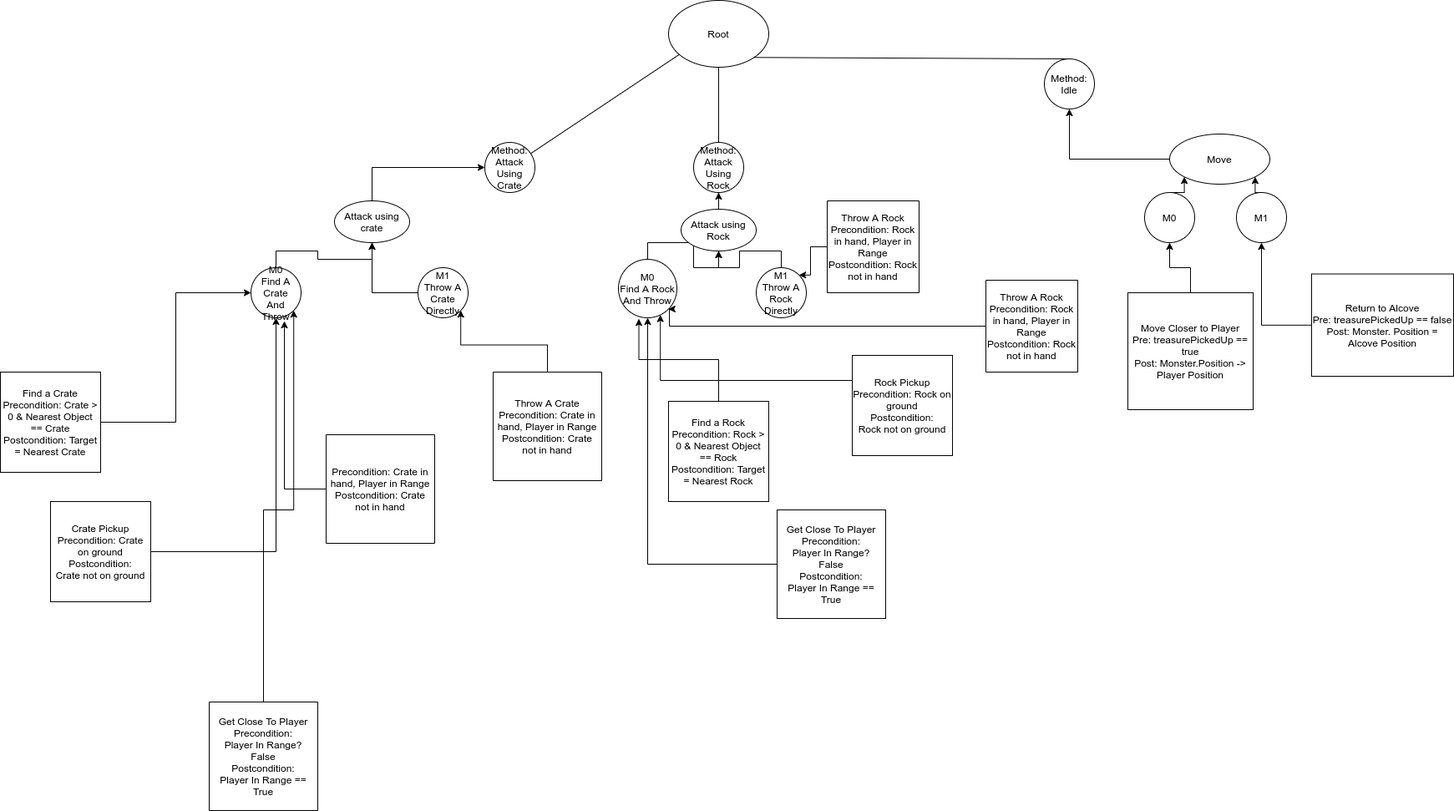
Before: diagram.png, a diagram exported from draw.io (Mike-Gao/htn-planning). Source tidied: cells renumbered, new cells last; positions are measured from the earlier drawing's top-left corner, leaving out a move shared by most shapes. The source it was exported from:
```xml
<mxGraphModel>
  <root>
    <mxCell id="0" />
    <mxCell id="1" parent="0" />
    <mxCell id="2" value="Method: Attack Using Crate" style="ellipse;whiteSpace=wrap;html=1;" parent="1" vertex="1">
      <mxGeometry x="580" y="170" width="60" height="60" as="geometry" />
    </mxCell>
    <mxCell id="3" style="endArrow=none;html=1;" parent="1" edge="1" source="2">
      <mxGeometry relative="1" as="geometry">
        <mxPoint x="820" y="60" as="targetPoint" />
      </mxGeometry>
    </mxCell>
    <mxCell id="4" value="Method: Idle" style="ellipse;whiteSpace=wrap;html=1;" parent="1" vertex="1">
      <mxGeometry x="1250" y="70" width="60" height="60" as="geometry" />
    </mxCell>
    <mxCell id="5" style="endArrow=none;html=1;entryX=1;entryY=1;entryDx=0;entryDy=0;exitX=0.5;exitY=0;exitDx=0;exitDy=0;" parent="1" edge="1" source="4" target="9">
      <mxGeometry relative="1" as="geometry" />
    </mxCell>
    <mxCell id="6" style="edgeStyle=orthogonalEdgeStyle;rounded=0;jettySize=auto;html=1;exitX=0;exitY=0.5;exitDx=0;exitDy=0;entryX=1;entryY=1;entryDx=0;entryDy=0;" parent="1" edge="1" source="7" target="19">
      <mxGeometry relative="1" as="geometry" />
    </mxCell>
    <mxCell id="7" value="Get Close To Player&lt;br&gt;Precondition:&lt;br&gt;Player In Range?&lt;br&gt;False&lt;br&gt;Postcondition:&lt;br&gt;Player In Range == True" style="whiteSpace=wrap;html=1;direction=south;" parent="1" vertex="1">
      <mxGeometry x="250" y="840" width="130" height="130" as="geometry" />
    </mxCell>
    <mxCell id="8" value="Method:&lt;br&gt;Attack Using&lt;br&gt;Rock" style="ellipse;whiteSpace=wrap;html=1;" parent="1" vertex="1">
      <mxGeometry x="830" y="170" width="60" height="60" as="geometry" />
    </mxCell>
    <mxCell id="9" value="Root" style="ellipse;whiteSpace=wrap;html=1;" parent="1" vertex="1">
      <mxGeometry x="800" width="120" height="80" as="geometry" />
    </mxCell>
    <mxCell id="10" style="endArrow=none;html=1;entryX=0.5;entryY=0;entryDx=0;entryDy=0;exitX=0.5;exitY=1;exitDx=0;exitDy=0;" parent="1" edge="1" source="9" target="8">
      <mxGeometry relative="1" as="geometry" />
    </mxCell>
    <mxCell id="11" style="edgeStyle=orthogonalEdgeStyle;rounded=0;jettySize=auto;html=1;entryX=0.5;entryY=1;entryDx=0;entryDy=0;" parent="1" edge="1" source="12" target="27">
      <mxGeometry relative="1" as="geometry" />
    </mxCell>
    <mxCell id="12" value="Get Close To Player&lt;br&gt;Precondition:&lt;br&gt;Player In Range?&lt;br&gt;False&lt;br&gt;Postcondition:&lt;br&gt;Player In Range == True" style="whiteSpace=wrap;html=1;" parent="1" vertex="1">
      <mxGeometry x="930" y="610" width="130" height="130" as="geometry" />
    </mxCell>
    <mxCell id="13" style="endArrow=none;html=1;entryX=0.5;entryY=1;entryDx=0;entryDy=0;" parent="1" edge="1" target="8">
      <mxGeometry relative="1" as="geometry">
        <mxPoint x="860" y="230" as="sourcePoint" />
      </mxGeometry>
    </mxCell>
    <mxCell id="14" style="edgeStyle=orthogonalEdgeStyle;rounded=0;jettySize=auto;html=1;exitX=0.5;exitY=0;exitDx=0;exitDy=0;entryX=0;entryY=0.5;entryDx=0;entryDy=0;" parent="1" edge="1" source="15" target="2">
      <mxGeometry relative="1" as="geometry" />
    </mxCell>
    <mxCell id="15" value="Attack using crate" style="ellipse;whiteSpace=wrap;html=1;" parent="1" vertex="1">
      <mxGeometry x="400" y="240" width="90" height="50" as="geometry" />
    </mxCell>
    <mxCell id="16" style="edgeStyle=orthogonalEdgeStyle;rounded=0;jettySize=auto;html=1;entryX=0.5;entryY=1;entryDx=0;entryDy=0;" parent="1" edge="1" source="17" target="19">
      <mxGeometry relative="1" as="geometry" />
    </mxCell>
    <mxCell id="17" value="Crate Pickup&lt;br&gt;Precondition: Crate on ground&lt;br&gt;Postcondition:&lt;br&gt;Crate not on ground" style="whiteSpace=wrap;html=1;" parent="1" vertex="1">
      <mxGeometry x="60" y="600" width="120" height="120" as="geometry" />
    </mxCell>
    <mxCell id="18" style="edgeStyle=orthogonalEdgeStyle;rounded=0;jettySize=auto;html=1;exitX=0.5;exitY=0;exitDx=0;exitDy=0;entryX=0.5;entryY=1;entryDx=0;entryDy=0;" parent="1" edge="1" source="19" target="15">
      <mxGeometry relative="1" as="geometry" />
    </mxCell>
    <mxCell id="19" value="M0&lt;br&gt;Find A Crate&lt;br&gt;And Throw" style="ellipse;whiteSpace=wrap;html=1;" parent="1" vertex="1">
      <mxGeometry x="300" y="320" width="60" height="60" as="geometry" />
    </mxCell>
    <mxCell id="20" style="edgeStyle=orthogonalEdgeStyle;rounded=0;jettySize=auto;html=1;entryX=0.5;entryY=1;entryDx=0;entryDy=0;" parent="1" edge="1" source="21" target="15">
      <mxGeometry relative="1" as="geometry" />
    </mxCell>
    <mxCell id="21" value="M1&lt;br&gt;Throw A Crate Directly" style="ellipse;whiteSpace=wrap;html=1;" parent="1" vertex="1">
      <mxGeometry x="500" y="320" width="60" height="60" as="geometry" />
    </mxCell>
    <mxCell id="22" style="edgeStyle=orthogonalEdgeStyle;rounded=0;jettySize=auto;html=1;exitX=0;exitY=0.25;exitDx=0;exitDy=0;entryX=0.717;entryY=0.95;entryDx=0;entryDy=0;entryPerimeter=0;" parent="1" edge="1" source="23" target="27">
      <mxGeometry relative="1" as="geometry" />
    </mxCell>
    <mxCell id="23" value="Rock Pickup&lt;br&gt;Precondition: Rock on ground&lt;br&gt;Postcondition:&lt;br&gt;Rock not on ground" style="whiteSpace=wrap;html=1;" parent="1" vertex="1">
      <mxGeometry x="1020" y="425" width="120" height="120" as="geometry" />
    </mxCell>
    <mxCell id="24" style="edgeStyle=orthogonalEdgeStyle;rounded=0;jettySize=auto;html=1;entryX=0;entryY=0.5;entryDx=0;entryDy=0;" parent="1" edge="1" source="25" target="19">
      <mxGeometry relative="1" as="geometry" />
    </mxCell>
    <mxCell id="25" value="Find a Crate&lt;br&gt;Precondition: Crate &amp;gt; 0 &amp;amp; Nearest Object == Crate&lt;br&gt;Postcondition: Target = Nearest Crate" style="whiteSpace=wrap;html=1;" parent="1" vertex="1">
      <mxGeometry y="445" width="120" height="120" as="geometry" />
    </mxCell>
    <mxCell id="26" style="edgeStyle=orthogonalEdgeStyle;rounded=0;jettySize=auto;html=1;exitX=0.5;exitY=0;exitDx=0;exitDy=0;entryX=0.5;entryY=1;entryDx=0;entryDy=0;" parent="1" edge="1" source="27" target="31">
      <mxGeometry relative="1" as="geometry" />
    </mxCell>
    <mxCell id="27" value="M0&lt;br&gt;Find A Rock&lt;br&gt;And Throw" style="ellipse;whiteSpace=wrap;html=1;" parent="1" vertex="1">
      <mxGeometry x="740" y="310" width="70" height="70" as="geometry" />
    </mxCell>
    <mxCell id="28" style="edgeStyle=orthogonalEdgeStyle;rounded=0;jettySize=auto;html=1;entryX=0.5;entryY=1;entryDx=0;entryDy=0;" parent="1" edge="1" source="29" target="31">
      <mxGeometry relative="1" as="geometry" />
    </mxCell>
    <mxCell id="29" value="M1&lt;br&gt;Throw A Rock Directly" style="ellipse;whiteSpace=wrap;html=1;" parent="1" vertex="1">
      <mxGeometry x="905" y="320" width="60" height="60" as="geometry" />
    </mxCell>
    <mxCell id="30" style="edgeStyle=orthogonalEdgeStyle;rounded=0;jettySize=auto;html=1;exitX=0.5;exitY=0;exitDx=0;exitDy=0;" parent="1" edge="1" source="31" target="8">
      <mxGeometry relative="1" as="geometry" />
    </mxCell>
    <mxCell id="31" value="Attack using Rock" style="ellipse;whiteSpace=wrap;html=1;" parent="1" vertex="1">
      <mxGeometry x="815" y="250" width="90" height="50" as="geometry" />
    </mxCell>
    <mxCell id="32" style="edgeStyle=orthogonalEdgeStyle;rounded=0;jettySize=auto;html=1;exitX=0;exitY=0.5;exitDx=0;exitDy=0;entryX=1;entryY=1;entryDx=0;entryDy=0;" parent="1" edge="1" source="33" target="21">
      <mxGeometry relative="1" as="geometry" />
    </mxCell>
    <mxCell id="33" value="Throw A Crate&lt;br&gt;Precondition: Crate in hand, Player in Range&lt;br&gt;Postcondition: Crate not in hand" style="whiteSpace=wrap;html=1;direction=south;" parent="1" vertex="1">
      <mxGeometry x="590" y="445" width="130" height="130" as="geometry" />
    </mxCell>
    <mxCell id="34" style="edgeStyle=orthogonalEdgeStyle;rounded=0;jettySize=auto;html=1;exitX=0.5;exitY=1;exitDx=0;exitDy=0;entryX=0.667;entryY=1.067;entryDx=0;entryDy=0;entryPerimeter=0;" parent="1" edge="1" source="35" target="19">
      <mxGeometry relative="1" as="geometry" />
    </mxCell>
    <mxCell id="35" value="Precondition: Crate in hand, Player in Range&lt;br&gt;Postcondition: Crate not in hand" style="whiteSpace=wrap;html=1;direction=south;" parent="1" vertex="1">
      <mxGeometry x="390" y="520" width="130" height="130" as="geometry" />
    </mxCell>
    <mxCell id="36" style="edgeStyle=orthogonalEdgeStyle;rounded=0;jettySize=auto;html=1;exitX=0.5;exitY=0;exitDx=0;exitDy=0;entryX=0.35;entryY=1.017;entryDx=0;entryDy=0;entryPerimeter=0;" parent="1" edge="1" source="37" target="27">
      <mxGeometry relative="1" as="geometry" />
    </mxCell>
    <mxCell id="37" value="Find a Rock&lt;br&gt;Precondition: Rock &amp;gt; 0 &amp;amp; Nearest Object == Rock&lt;br&gt;Postcondition: Target = Nearest Rock" style="whiteSpace=wrap;html=1;" parent="1" vertex="1">
      <mxGeometry x="800" y="480" width="120" height="120" as="geometry" />
    </mxCell>
    <mxCell id="38" style="edgeStyle=orthogonalEdgeStyle;rounded=0;jettySize=auto;html=1;entryX=1;entryY=1;entryDx=0;entryDy=0;" parent="1" edge="1" source="39" target="27">
      <mxGeometry relative="1" as="geometry">
        <Array as="points">
          <mxPoint x="801" y="390" />
        </Array>
      </mxGeometry>
    </mxCell>
    <mxCell id="39" value="Throw A Rock&lt;br&gt;Precondition: Rock in hand, Player in Range&lt;br&gt;Postcondition: Rock not in hand" style="whiteSpace=wrap;html=1;direction=south;" parent="1" vertex="1">
      <mxGeometry x="1180" y="335" width="110" height="110" as="geometry" />
    </mxCell>
    <mxCell id="40" style="edgeStyle=orthogonalEdgeStyle;rounded=0;jettySize=auto;html=1;entryX=1;entryY=0;entryDx=0;entryDy=0;" parent="1" edge="1" source="41" target="29">
      <mxGeometry relative="1" as="geometry" />
    </mxCell>
    <mxCell id="41" value="Throw A Rock&lt;br&gt;Precondition: Rock in hand, Player in Range&lt;br&gt;Postcondition: Rock not in hand" style="whiteSpace=wrap;html=1;direction=south;" parent="1" vertex="1">
      <mxGeometry x="990" y="240" width="110" height="110" as="geometry" />
    </mxCell>
    <mxCell id="42" style="edgeStyle=orthogonalEdgeStyle;rounded=0;jettySize=auto;html=1;entryX=0.5;entryY=1;entryDx=0;entryDy=0;" parent="1" edge="1" source="43" target="4">
      <mxGeometry relative="1" as="geometry" />
    </mxCell>
    <mxCell id="43" value="Move" style="ellipse;whiteSpace=wrap;html=1;" parent="1" vertex="1">
      <mxGeometry x="1400" y="160" width="120" height="60" as="geometry" />
    </mxCell>
    <mxCell id="44" style="edgeStyle=orthogonalEdgeStyle;rounded=0;jettySize=auto;html=1;exitX=0.5;exitY=0;exitDx=0;exitDy=0;entryX=0;entryY=1;entryDx=0;entryDy=0;" parent="1" edge="1" source="45" target="43">
      <mxGeometry relative="1" as="geometry" />
    </mxCell>
    <mxCell id="45" value="M0" style="ellipse;whiteSpace=wrap;html=1;" parent="1" vertex="1">
      <mxGeometry x="1370" y="230" width="60" height="60" as="geometry" />
    </mxCell>
    <mxCell id="46" style="edgeStyle=orthogonalEdgeStyle;rounded=0;jettySize=auto;html=1;exitX=0.5;exitY=0;exitDx=0;exitDy=0;entryX=1;entryY=1;entryDx=0;entryDy=0;" parent="1" edge="1" source="47" target="43">
      <mxGeometry relative="1" as="geometry" />
    </mxCell>
    <mxCell id="47" value="M1" style="ellipse;whiteSpace=wrap;html=1;" parent="1" vertex="1">
      <mxGeometry x="1480" y="230" width="60" height="60" as="geometry" />
    </mxCell>
    <mxCell id="48" style="edgeStyle=orthogonalEdgeStyle;rounded=0;jettySize=auto;html=1;entryX=0.5;entryY=1;entryDx=0;entryDy=0;" parent="1" edge="1" source="49" target="45">
      <mxGeometry relative="1" as="geometry" />
    </mxCell>
    <mxCell id="49" value="Move Closer to Player&lt;br&gt;Pre: treasurePickedUp == true&lt;br&gt;Post: Monster.Position -&amp;gt; Player Position" style="rounded=0;whiteSpace=wrap;html=1;" parent="1" vertex="1">
      <mxGeometry x="1350" y="350" width="150" height="140" as="geometry" />
    </mxCell>
    <mxCell id="50" style="edgeStyle=orthogonalEdgeStyle;rounded=0;jettySize=auto;html=1;entryX=0.5;entryY=1;entryDx=0;entryDy=0;" parent="1" edge="1" source="51" target="47">
      <mxGeometry relative="1" as="geometry" />
    </mxCell>
    <mxCell id="51" value="Return to Alcove&lt;br&gt;Pre: treasurePickedUp == false&lt;br&gt;Post: Monster. Position = Alcove Position" style="rounded=0;whiteSpace=wrap;html=1;" parent="1" vertex="1">
      <mxGeometry x="1570" y="327.5" width="170" height="122.5" as="geometry" />
    </mxCell>
  </root>
</mxGraphModel>
```
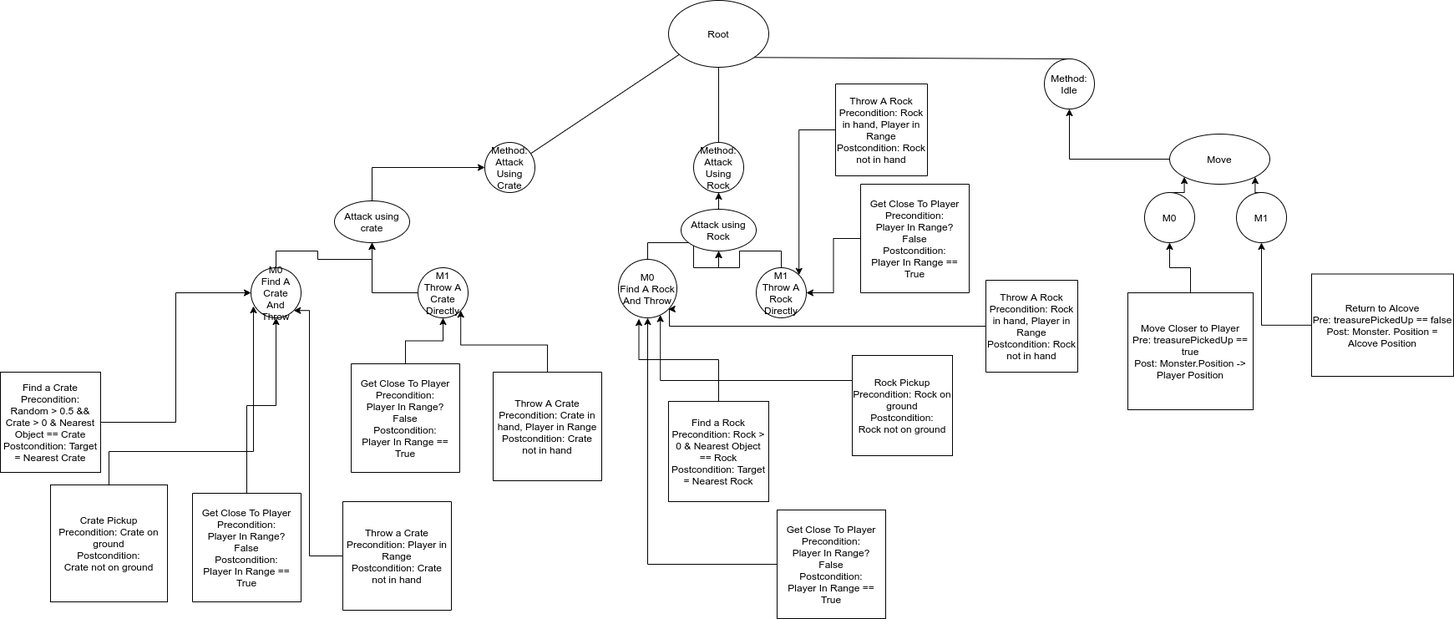
After the change.

Change to the diagram source:
```diff
@@ -16,11 +16,11 @@
     <mxCell id="5" style="endArrow=none;html=1;entryX=1;entryY=1;entryDx=0;entryDy=0;exitX=0.5;exitY=0;exitDx=0;exitDy=0;" parent="1" edge="1" source="4" target="9">
       <mxGeometry relative="1" as="geometry" />
     </mxCell>
-    <mxCell id="6" style="edgeStyle=orthogonalEdgeStyle;rounded=0;jettySize=auto;html=1;exitX=0;exitY=0.5;exitDx=0;exitDy=0;entryX=1;entryY=1;entryDx=0;entryDy=0;" parent="1" edge="1" source="7" target="19">
+    <mxCell id="6" style="edgeStyle=orthogonalEdgeStyle;rounded=0;jettySize=auto;html=1;entryX=0.5;entryY=1;entryDx=0;entryDy=0;" parent="1" edge="1" source="7" target="19">
       <mxGeometry relative="1" as="geometry" />
     </mxCell>
     <mxCell id="7" value="Get Close To Player&lt;br&gt;Precondition:&lt;br&gt;Player In Range?&lt;br&gt;False&lt;br&gt;Postcondition:&lt;br&gt;Player In Range == True" style="whiteSpace=wrap;html=1;direction=south;" parent="1" vertex="1">
-      <mxGeometry x="250" y="840" width="130" height="130" as="geometry" />
+      <mxGeometry x="230" y="590" width="130" height="130" as="geometry" />
     </mxCell>
     <mxCell id="8" value="Method:&lt;br&gt;Attack Using&lt;br&gt;Rock" style="ellipse;whiteSpace=wrap;html=1;" parent="1" vertex="1">
       <mxGeometry x="830" y="170" width="60" height="60" as="geometry" />
@@ -48,11 +48,16 @@
     <mxCell id="15" value="Attack using crate" style="ellipse;whiteSpace=wrap;html=1;" parent="1" vertex="1">
       <mxGeometry x="400" y="240" width="90" height="50" as="geometry" />
     </mxCell>
-    <mxCell id="16" style="edgeStyle=orthogonalEdgeStyle;rounded=0;jettySize=auto;html=1;entryX=0.5;entryY=1;entryDx=0;entryDy=0;" parent="1" edge="1" source="17" target="19">
-      <mxGeometry relative="1" as="geometry" />
+    <mxCell id="16" style="edgeStyle=orthogonalEdgeStyle;rounded=0;jettySize=auto;html=1;entryX=0.05;entryY=0.767;entryDx=0;entryDy=0;entryPerimeter=0;" parent="1" edge="1" source="17" target="19">
+      <mxGeometry relative="1" as="geometry">
+        <Array as="points">
+          <mxPoint x="130" y="540" />
+          <mxPoint x="303" y="540" />
+        </Array>
+      </mxGeometry>
     </mxCell>
     <mxCell id="17" value="Crate Pickup&lt;br&gt;Precondition: Crate on ground&lt;br&gt;Postcondition:&lt;br&gt;Crate not on ground" style="whiteSpace=wrap;html=1;" parent="1" vertex="1">
-      <mxGeometry x="60" y="600" width="120" height="120" as="geometry" />
+      <mxGeometry x="60" y="580" width="140" height="140" as="geometry" />
     </mxCell>
     <mxCell id="18" style="edgeStyle=orthogonalEdgeStyle;rounded=0;jettySize=auto;html=1;exitX=0.5;exitY=0;exitDx=0;exitDy=0;entryX=0.5;entryY=1;entryDx=0;entryDy=0;" parent="1" edge="1" source="19" target="15">
       <mxGeometry relative="1" as="geometry" />
@@ -75,7 +80,7 @@
     <mxCell id="24" style="edgeStyle=orthogonalEdgeStyle;rounded=0;jettySize=auto;html=1;entryX=0;entryY=0.5;entryDx=0;entryDy=0;" parent="1" edge="1" source="25" target="19">
       <mxGeometry relative="1" as="geometry" />
     </mxCell>
-    <mxCell id="25" value="Find a Crate&lt;br&gt;Precondition: Crate &amp;gt; 0 &amp;amp; Nearest Object == Crate&lt;br&gt;Postcondition: Target = Nearest Crate" style="whiteSpace=wrap;html=1;" parent="1" vertex="1">
+    <mxCell id="25" value="Find a Crate&lt;br&gt;Precondition: Random &amp;gt; 0.5 &amp;amp;&amp;amp; Crate &amp;gt; 0 &amp;amp; Nearest Object == Crate&lt;br&gt;Postcondition: Target = Nearest Crate" style="whiteSpace=wrap;html=1;" parent="1" vertex="1">
       <mxGeometry y="445" width="120" height="120" as="geometry" />
     </mxCell>
     <mxCell id="26" style="edgeStyle=orthogonalEdgeStyle;rounded=0;jettySize=auto;html=1;exitX=0.5;exitY=0;exitDx=0;exitDy=0;entryX=0.5;entryY=1;entryDx=0;entryDy=0;" parent="1" edge="1" source="27" target="31">
@@ -102,11 +107,16 @@
     <mxCell id="33" value="Throw A Crate&lt;br&gt;Precondition: Crate in hand, Player in Range&lt;br&gt;Postcondition: Crate not in hand" style="whiteSpace=wrap;html=1;direction=south;" parent="1" vertex="1">
       <mxGeometry x="590" y="445" width="130" height="130" as="geometry" />
     </mxCell>
-    <mxCell id="34" style="edgeStyle=orthogonalEdgeStyle;rounded=0;jettySize=auto;html=1;exitX=0.5;exitY=1;exitDx=0;exitDy=0;entryX=0.667;entryY=1.067;entryDx=0;entryDy=0;entryPerimeter=0;" parent="1" edge="1" source="35" target="19">
-      <mxGeometry relative="1" as="geometry" />
+    <mxCell id="34" style="edgeStyle=orthogonalEdgeStyle;rounded=0;jettySize=auto;html=1;entryX=1;entryY=1;entryDx=0;entryDy=0;" parent="1" edge="1" source="35" target="19">
+      <mxGeometry relative="1" as="geometry">
+        <Array as="points">
+          <mxPoint x="370" y="665" />
+          <mxPoint x="370" y="371" />
+        </Array>
+      </mxGeometry>
     </mxCell>
-    <mxCell id="35" value="Precondition: Crate in hand, Player in Range&lt;br&gt;Postcondition: Crate not in hand" style="whiteSpace=wrap;html=1;direction=south;" parent="1" vertex="1">
-      <mxGeometry x="390" y="520" width="130" height="130" as="geometry" />
+    <mxCell id="35" value="Throw a Crate&lt;br&gt;Precondition: Player in Range&lt;br&gt;Postcondition: Crate not in hand" style="whiteSpace=wrap;html=1;direction=south;" parent="1" vertex="1">
+      <mxGeometry x="410" y="600" width="130" height="130" as="geometry" />
     </mxCell>
     <mxCell id="36" style="edgeStyle=orthogonalEdgeStyle;rounded=0;jettySize=auto;html=1;exitX=0.5;exitY=0;exitDx=0;exitDy=0;entryX=0.35;entryY=1.017;entryDx=0;entryDy=0;entryPerimeter=0;" parent="1" edge="1" source="37" target="27">
       <mxGeometry relative="1" as="geometry" />
@@ -128,7 +138,7 @@
       <mxGeometry relative="1" as="geometry" />
     </mxCell>
     <mxCell id="41" value="Throw A Rock&lt;br&gt;Precondition: Rock in hand, Player in Range&lt;br&gt;Postcondition: Rock not in hand" style="whiteSpace=wrap;html=1;direction=south;" parent="1" vertex="1">
-      <mxGeometry x="990" y="240" width="110" height="110" as="geometry" />
+      <mxGeometry x="1000" y="100" width="110" height="110" as="geometry" />
     </mxCell>
     <mxCell id="42" style="edgeStyle=orthogonalEdgeStyle;rounded=0;jettySize=auto;html=1;entryX=0.5;entryY=1;entryDx=0;entryDy=0;" parent="1" edge="1" source="43" target="4">
       <mxGeometry relative="1" as="geometry" />
@@ -160,5 +170,17 @@
     <mxCell id="51" value="Return to Alcove&lt;br&gt;Pre: treasurePickedUp == false&lt;br&gt;Post: Monster. Position = Alcove Position" style="rounded=0;whiteSpace=wrap;html=1;" parent="1" vertex="1">
       <mxGeometry x="1570" y="327.5" width="170" height="122.5" as="geometry" />
     </mxCell>
+    <mxCell id="52" style="edgeStyle=orthogonalEdgeStyle;rounded=0;jettySize=auto;html=1;entryX=0.5;entryY=1;entryDx=0;entryDy=0;" parent="1" edge="1" source="53" target="21">
+      <mxGeometry relative="1" as="geometry" />
+    </mxCell>
+    <mxCell id="53" value="Get Close To Player&lt;br&gt;Precondition:&lt;br&gt;Player In Range?&lt;br&gt;False&lt;br&gt;Postcondition:&lt;br&gt;Player In Range == True" style="whiteSpace=wrap;html=1;direction=south;" parent="1" vertex="1">
+      <mxGeometry x="420" y="435" width="130" height="130" as="geometry" />
+    </mxCell>
+    <mxCell id="54" style="edgeStyle=orthogonalEdgeStyle;rounded=0;jettySize=auto;html=1;" parent="1" edge="1" source="55" target="29">
+      <mxGeometry relative="1" as="geometry" />
+    </mxCell>
+    <mxCell id="55" value="Get Close To Player&lt;br&gt;Precondition:&lt;br&gt;Player In Range?&lt;br&gt;False&lt;br&gt;Postcondition:&lt;br&gt;Player In Range == True" style="whiteSpace=wrap;html=1;direction=south;" parent="1" vertex="1">
+      <mxGeometry x="1030" y="220" width="130" height="130" as="geometry" />
+    </mxCell>
   </root>
 </mxGraphModel>
```
